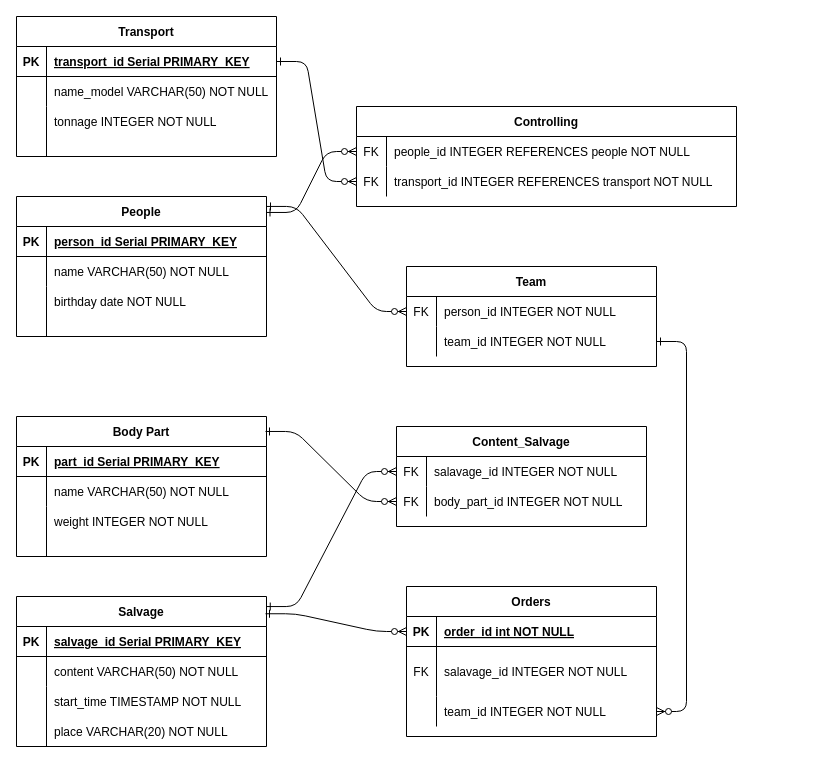
Above: P33201/s291193/Lab2/Untitled Diagram.drawio in sporrrtik/DataBases_22-23 (draw.io), before the change. Source tidied: cells renumbered, new cells numbered last; positions are measured from the earlier drawing's top-left corner, leaving out a move shared by most shapes. Both pictures are drawn from the tidied source at 100%, with x=0, y=0 at pixel (16, 16).
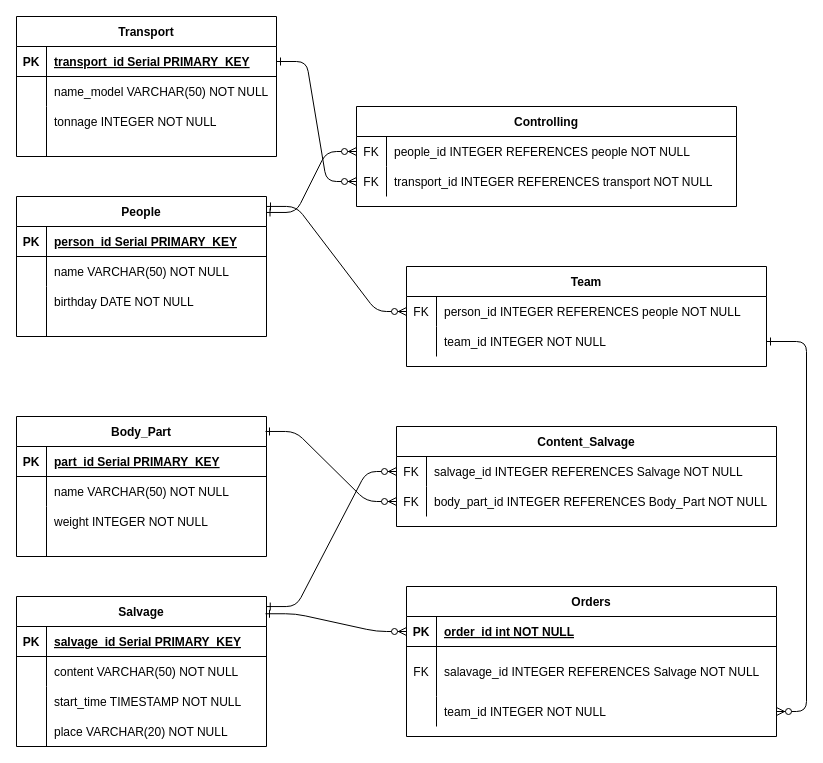
After the change.

Diff of the diagram source:
```diff
@@
     <mxCell id="2" value="Orders" style="shape=table;startSize=30;childLayout=tableLayout;rowLines=0;fontStyle=1;align=center;" parent="1" vertex="1">
-      <mxGeometry x="390" y="570" width="250" height="150" as="geometry" />
+      <mxGeometry x="390" y="570" width="370" height="150" as="geometry" />
     </mxCell>
     <mxCell id="3" style="shape=partialRectangle;fillColor=none;points=[[0,0.5],[1,0.5]];portConstraint=eastwest;top=0;left=0;right=0;bottom=1;" parent="2" vertex="1">
-      <mxGeometry y="30" width="250" height="30" as="geometry" />
+      <mxGeometry y="30" width="370" height="30" as="geometry" />
     </mxCell>
@@
     <mxCell id="5" value="order_id int NOT NULL " style="shape=partialRectangle;overflow=hidden;fillColor=none;top=0;left=0;bottom=0;right=0;align=left;spacingLeft=6;fontStyle=5;" parent="3" vertex="1">
-      <mxGeometry x="30" width="220" height="30" as="geometry" />
+      <mxGeometry x="30" width="340" height="30" as="geometry" />
     </mxCell>
     <mxCell id="6" style="shape=partialRectangle;fillColor=none;top=0;left=0;right=0;bottom=0;" parent="2" vertex="1">
-      <mxGeometry y="60" width="250" height="50" as="geometry" />
+      <mxGeometry y="60" width="370" height="50" as="geometry" />
     </mxCell>
@@
-    <mxCell id="8" value="salavage_id INTEGER NOT NULL" style="shape=partialRectangle;overflow=hidden;fillColor=none;top=0;left=0;bottom=0;right=0;align=left;spacingLeft=6;" parent="6" vertex="1">
-      <mxGeometry x="30" width="220" height="50" as="geometry" />
+    <mxCell id="8" value="salavage_id INTEGER REFERENCES Salvage NOT NULL" style="shape=partialRectangle;overflow=hidden;fillColor=none;top=0;left=0;bottom=0;right=0;align=left;spacingLeft=6;" parent="6" vertex="1">
+      <mxGeometry x="30" width="340" height="50" as="geometry" />
     </mxCell>
     <mxCell id="9" style="shape=partialRectangle;fillColor=none;points=[[0,0.5],[1,0.5]];portConstraint=eastwest;top=0;left=0;right=0;bottom=0;" parent="2" vertex="1">
-      <mxGeometry y="110" width="250" height="30" as="geometry" />
+      <mxGeometry y="110" width="370" height="30" as="geometry" />
     </mxCell>
@@
     <mxCell id="11" value="team_id INTEGER NOT NULL" style="shape=partialRectangle;overflow=hidden;fillColor=none;top=0;left=0;bottom=0;right=0;align=left;spacingLeft=6;" parent="9" vertex="1">
-      <mxGeometry x="30" width="220" height="30" as="geometry" />
+      <mxGeometry x="30" width="340" height="30" as="geometry" />
     </mxCell>
@@
-    <mxCell id="19" value="birthday date NOT NULL" style="shape=partialRectangle;overflow=hidden;fillColor=none;top=0;left=0;bottom=0;right=0;align=left;spacingLeft=6;" parent="1" vertex="1">
+    <mxCell id="19" value="birthday DATE NOT NULL" style="shape=partialRectangle;overflow=hidden;fillColor=none;top=0;left=0;bottom=0;right=0;align=left;spacingLeft=6;" parent="1" vertex="1">
       <mxGeometry x="30" y="270" width="220" height="30" as="geometry" />
     </mxCell>
@@
-    <mxCell id="21" value="Body Part" style="shape=table;startSize=30;childLayout=tableLayout;rowLines=0;fontStyle=1;align=center;" parent="1" vertex="1">
+    <mxCell id="21" value="Body_Part" style="shape=table;startSize=30;childLayout=tableLayout;rowLines=0;fontStyle=1;align=center;" parent="1" vertex="1">
       <mxGeometry y="400" width="250" height="140" as="geometry" />
     </mxCell>
@@
     <mxCell id="58" value="Team" style="shape=table;startSize=30;childLayout=tableLayout;rowLines=0;fontStyle=1;align=center;" parent="1" vertex="1">
-      <mxGeometry x="390" y="250" width="250" height="100" as="geometry" />
+      <mxGeometry x="390" y="250" width="360" height="100" as="geometry" />
     </mxCell>
     <mxCell id="59" style="shape=partialRectangle;fillColor=none;points=[[0,0.5],[1,0.5]];portConstraint=eastwest;top=0;left=0;right=0;bottom=0;" parent="58" vertex="1">
-      <mxGeometry y="30" width="250" height="30" as="geometry" />
+      <mxGeometry y="30" width="360" height="30" as="geometry" />
     </mxCell>
@@
-    <mxCell id="61" value="person_id INTEGER NOT NULL" style="shape=partialRectangle;overflow=hidden;fillColor=none;top=0;left=0;bottom=0;right=0;align=left;spacingLeft=6;" parent="59" vertex="1">
-      <mxGeometry x="30" width="220" height="30" as="geometry" />
+    <mxCell id="61" value="person_id INTEGER REFERENCES people NOT NULL" style="shape=partialRectangle;overflow=hidden;fillColor=none;top=0;left=0;bottom=0;right=0;align=left;spacingLeft=6;" parent="59" vertex="1">
+      <mxGeometry x="30" width="330" height="30" as="geometry" />
     </mxCell>
     <mxCell id="62" style="shape=partialRectangle;fillColor=none;points=[[0,0.5],[1,0.5]];portConstraint=eastwest;top=0;left=0;right=0;bottom=0;" parent="58" vertex="1">
-      <mxGeometry y="60" width="250" height="30" as="geometry" />
+      <mxGeometry y="60" width="360" height="30" as="geometry" />
     </mxCell>
@@
     <mxCell id="64" value="team_id INTEGER NOT NULL" style="shape=partialRectangle;overflow=hidden;fillColor=none;top=0;left=0;bottom=0;right=0;align=left;spacingLeft=6;" parent="62" vertex="1">
-      <mxGeometry x="30" width="220" height="30" as="geometry" />
+      <mxGeometry x="30" width="330" height="30" as="geometry" />
     </mxCell>
@@
     <mxCell id="68" value="Content_Salvage" style="shape=table;startSize=30;childLayout=tableLayout;rowLines=0;fontStyle=1;align=center;" parent="1" vertex="1">
-      <mxGeometry x="380" y="410" width="250" height="100" as="geometry" />
+      <mxGeometry x="380" y="410" width="380" height="100" as="geometry" />
     </mxCell>
     <mxCell id="69" style="shape=partialRectangle;fillColor=none;points=[[0,0.5],[1,0.5]];portConstraint=eastwest;top=0;left=0;right=0;bottom=0;" parent="68" vertex="1">
-      <mxGeometry y="30" width="250" height="30" as="geometry" />
+      <mxGeometry y="30" width="380" height="30" as="geometry" />
     </mxCell>
@@
-    <mxCell id="71" value="salavage_id INTEGER NOT NULL" style="shape=partialRectangle;overflow=hidden;fillColor=none;top=0;left=0;bottom=0;right=0;align=left;spacingLeft=6;" parent="69" vertex="1">
-      <mxGeometry x="30" width="220" height="30" as="geometry" />
+    <mxCell id="71" value="salvage_id INTEGER REFERENCES Salvage NOT NULL" style="shape=partialRectangle;overflow=hidden;fillColor=none;top=0;left=0;bottom=0;right=0;align=left;spacingLeft=6;" parent="69" vertex="1">
+      <mxGeometry x="30" width="350" height="30" as="geometry" />
     </mxCell>
     <mxCell id="72" style="shape=partialRectangle;fillColor=none;points=[[0,0.5],[1,0.5]];portConstraint=eastwest;top=0;left=0;right=0;bottom=0;" parent="68" vertex="1">
-      <mxGeometry y="60" width="250" height="30" as="geometry" />
+      <mxGeometry y="60" width="380" height="30" as="geometry" />
     </mxCell>
@@
-    <mxCell id="74" value="body_part_id INTEGER NOT NULL" style="shape=partialRectangle;overflow=hidden;fillColor=none;top=0;left=0;bottom=0;right=0;align=left;spacingLeft=6;" parent="72" vertex="1">
-      <mxGeometry x="30" width="220" height="30" as="geometry" />
+    <mxCell id="74" value="body_part_id INTEGER REFERENCES Body_Part NOT NULL" style="shape=partialRectangle;overflow=hidden;fillColor=none;top=0;left=0;bottom=0;right=0;align=left;spacingLeft=6;" parent="72" vertex="1">
+      <mxGeometry x="30" width="350" height="30" as="geometry" />
     </mxCell>
```
